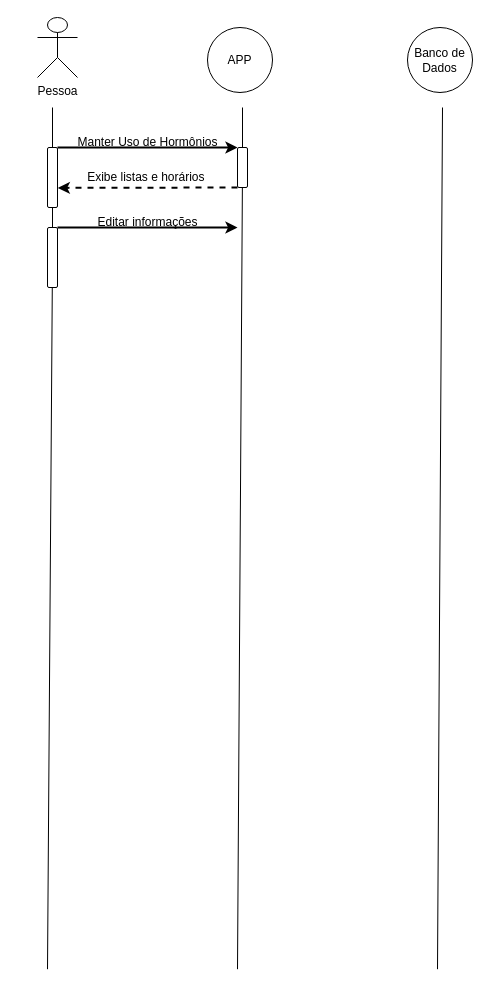
brenojsilva/diagramas-es-1 keeps this draw.io diagram as Diagrama de Sequência.drawio. Above is the earlier version. Source tidied: cells renumbered, new cells numbered last; positions are measured from the earlier drawing's top-left corner, leaving out a move shared by most shapes. Both pictures are drawn from the tidied source at 100%, with x=0, y=0 at pixel (37, 17).
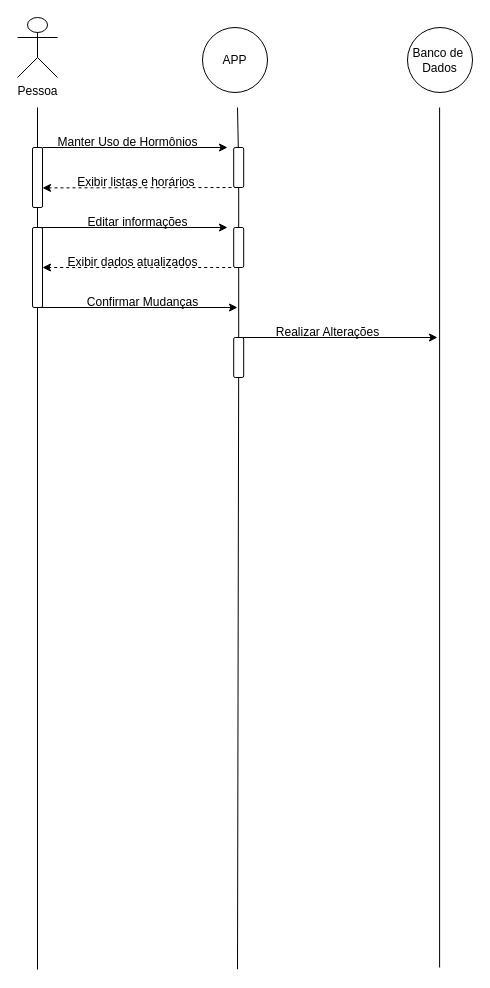
The same diagram, later.

What changed in the source:
```diff
@@
     <mxCell id="2" value="Pessoa&lt;br&gt;" style="shape=umlActor;verticalLabelPosition=bottom;verticalAlign=top;html=1;" parent="1" vertex="1">
-      <mxGeometry width="40" height="60" as="geometry" />
+      <mxGeometry x="-20" width="40" height="60" as="geometry" />
     </mxCell>
     <mxCell id="3" style="endArrow=none;html=1;rounded=0;" parent="1" edge="1" source="10">
       <mxGeometry relative="1" as="geometry">
-        <mxPoint x="15" y="90" as="targetPoint" />
+        <mxPoint y="90" as="targetPoint" />
       </mxGeometry>
     </mxCell>
     <mxCell id="4" value="APP" style="ellipse;whiteSpace=wrap;html=1;" parent="1" vertex="1">
-      <mxGeometry x="170" y="10" width="65" height="65" as="geometry" />
+      <mxGeometry x="165" y="10" width="65" height="65" as="geometry" />
     </mxCell>
     <mxCell id="5" style="endArrow=none;html=1;rounded=0;" parent="1" edge="1" source="14">
       <mxGeometry relative="1" as="geometry">
-        <mxPoint x="205" y="90" as="targetPoint" />
+        <mxPoint x="200" y="90" as="targetPoint" />
       </mxGeometry>
     </mxCell>
-    <mxCell id="6" style="endArrow=classic;html=1;rounded=0;strokeWidth=2;" parent="1" edge="1">
+    <mxCell id="6" style="endArrow=classic;html=1;rounded=0;strokeWidth=1;" parent="1" edge="1">
       <mxGeometry relative="1" as="geometry">
-        <mxPoint x="20" y="130" as="sourcePoint" />
-        <mxPoint x="200" y="130" as="targetPoint" />
+        <mxPoint x="5" y="130" as="sourcePoint" />
+        <mxPoint x="190" y="130" as="targetPoint" />
       </mxGeometry>
     </mxCell>
-    <mxCell id="7" style="edgeStyle=orthogonalEdgeStyle;rounded=0;orthogonalLoop=1;jettySize=auto;html=1;strokeColor=default;strokeWidth=2;" parent="1" edge="1">
+    <mxCell id="7" style="edgeStyle=orthogonalEdgeStyle;rounded=0;orthogonalLoop=1;jettySize=auto;html=1;strokeColor=default;strokeWidth=1;" parent="1" edge="1">
       <mxGeometry relative="1" as="geometry">
-        <mxPoint x="20" y="210" as="sourcePoint" />
-        <mxPoint x="200" y="210" as="targetPoint" />
+        <mxPoint y="210" as="sourcePoint" />
+        <mxPoint x="190" y="210" as="targetPoint" />
       </mxGeometry>
     </mxCell>
     <mxCell id="8" value="&lt;font style=&quot;font-size: 12px;&quot;&gt;Manter Uso de Hormônios&lt;/font&gt;" style="text;html=1;align=center;verticalAlign=middle;strokeColor=none;fillColor=none;strokeWidth=2;perimeterSpacing=20;rounded=0;" parent="1" vertex="1">
-      <mxGeometry x="30" y="110" width="160" height="30" as="geometry" />
+      <mxGeometry x="10" y="110" width="160" height="30" as="geometry" />
     </mxCell>
@@
     <mxCell id="10" style="rounded=1;whiteSpace=wrap;html=1;" parent="1" vertex="1">
-      <mxGeometry x="10" y="130" width="10" height="60" as="geometry" />
+      <mxGeometry x="-5" y="130" width="10" height="60" as="geometry" />
     </mxCell>
-    <mxCell id="11" value="Banco de&lt;br&gt;Dados" style="ellipse;whiteSpace=wrap;html=1;" parent="1" vertex="1">
-      <mxGeometry x="370" y="10" width="65" height="65" as="geometry" />
-    </mxCell>
-    <mxCell id="12" style="endArrow=none;html=1;rounded=0;" parent="1" edge="1">
-      <mxGeometry relative="1" as="geometry">
-        <mxPoint x="400" y="951.7" as="sourcePoint" />
-        <mxPoint x="405" y="90" as="targetPoint" />
-      </mxGeometry>
-    </mxCell>
-    <mxCell id="13" style="endArrow=none;html=1;rounded=0;" parent="1" edge="1" target="14">
-      <mxGeometry relative="1" as="geometry">
-        <mxPoint x="200" y="951.7" as="sourcePoint" />
-      </mxGeometry>
+    <mxCell id="13" style="endArrow=none;html=1;rounded=0;" parent="1" edge="1" source="27" target="14">
+      <mxGeometry relative="1" as="geometry" />
     </mxCell>
     <mxCell id="14" style="rounded=1;whiteSpace=wrap;html=1;" parent="1" vertex="1">
-      <mxGeometry x="200" y="130" width="10" height="40" as="geometry" />
+      <mxGeometry x="196.2" y="130" width="10" height="40" as="geometry" />
     </mxCell>
-    <mxCell id="15" style="endArrow=classic;html=1;rounded=0;entryX=1.033;entryY=0.856;entryDx=0;entryDy=0;entryPerimeter=0;dashed=1;strokeWidth=2;" parent="1" edge="1">
+    <mxCell id="15" style="endArrow=classic;html=1;rounded=0;entryX=1.033;entryY=0.856;entryDx=0;entryDy=0;entryPerimeter=0;dashed=1;strokeWidth=1;" parent="1" edge="1">
       <mxGeometry relative="1" as="geometry">
         <mxPoint x="200" y="170" as="sourcePoint" />
-        <mxPoint x="20.3" y="170.4" as="targetPoint" />
+        <mxPoint x="5" y="170.4" as="targetPoint" />
       </mxGeometry>
     </mxCell>
-    <mxCell id="16" value="&lt;font style=&quot;font-size: 12px;&quot;&gt;Exibe listas e horários&amp;nbsp;&lt;/font&gt;" style="text;html=1;align=center;verticalAlign=middle;strokeColor=none;fillColor=none;strokeWidth=4;" parent="1" vertex="1">
-      <mxGeometry x="40" y="145" width="140" height="30" as="geometry" />
+    <mxCell id="16" value="&lt;font style=&quot;font-size: 12px;&quot;&gt;Exibir listas e horários&amp;nbsp;&lt;/font&gt;" style="text;html=1;align=center;verticalAlign=middle;strokeColor=none;fillColor=none;strokeWidth=4;" parent="1" vertex="1">
+      <mxGeometry x="30" y="150" width="140" height="30" as="geometry" />
     </mxCell>
     <mxCell id="17" style="endArrow=none;html=1;rounded=0;" parent="1" edge="1" target="18">
       <mxGeometry relative="1" as="geometry">
-        <mxPoint x="10" y="951.7" as="sourcePoint" />
+        <mxPoint y="952" as="sourcePoint" />
       </mxGeometry>
     </mxCell>
     <mxCell id="18" style="rounded=1;whiteSpace=wrap;html=1;" parent="1" vertex="1">
-      <mxGeometry x="10" y="210" width="10" height="60" as="geometry" />
+      <mxGeometry x="-5" y="210" width="10" height="80" as="geometry" />
     </mxCell>
     <mxCell id="19" value="&lt;font style=&quot;font-size: 12px;&quot;&gt;Editar informações&lt;/font&gt;" style="text;html=1;align=center;verticalAlign=middle;strokeColor=none;fillColor=none;strokeWidth=1;" parent="1" vertex="1">
-      <mxGeometry x="50" y="190" width="120" height="30" as="geometry" />
+      <mxGeometry x="40" y="190" width="120" height="30" as="geometry" />
     </mxCell>
+    <mxCell id="20" style="edgeStyle=orthogonalEdgeStyle;rounded=0;orthogonalLoop=1;jettySize=auto;html=1;strokeColor=default;strokeWidth=1;" parent="1" edge="1">
+      <mxGeometry relative="1" as="geometry">
+        <mxPoint x="204" y="320" as="sourcePoint" />
+        <mxPoint x="400" y="320" as="targetPoint" />
+      </mxGeometry>
+    </mxCell>
+    <mxCell id="21" value="Realizar Alterações" style="text;html=1;align=center;verticalAlign=middle;strokeColor=none;fillColor=none;" parent="1" vertex="1">
+      <mxGeometry x="225" y="300" width="130" height="30" as="geometry" />
+    </mxCell>
+    <mxCell id="22" style="endArrow=classic;html=1;rounded=0;dashed=1;strokeWidth=1;entryX=1;entryY=0.5;entryDx=0;entryDy=0;" parent="1" edge="1" target="18">
+      <mxGeometry relative="1" as="geometry">
+        <mxPoint x="199.7" y="250" as="sourcePoint" />
+      </mxGeometry>
+    </mxCell>
+    <mxCell id="23" value="Exibir dados atualizados" style="text;html=1;align=center;verticalAlign=middle;strokeColor=none;fillColor=none;" parent="1" vertex="1">
+      <mxGeometry x="20" y="230" width="150" height="30" as="geometry" />
+    </mxCell>
+    <mxCell id="24" style="edgeStyle=orthogonalEdgeStyle;rounded=0;orthogonalLoop=1;jettySize=auto;html=1;strokeColor=default;strokeWidth=1;" parent="1" edge="1">
+      <mxGeometry relative="1" as="geometry">
+        <mxPoint y="290" as="sourcePoint" />
+        <mxPoint x="200" y="290" as="targetPoint" />
+      </mxGeometry>
+    </mxCell>
+    <mxCell id="25" value="Confirmar Mudanças" style="text;html=1;align=center;verticalAlign=middle;strokeColor=none;fillColor=none;" parent="1" vertex="1">
+      <mxGeometry x="40" y="270" width="130" height="30" as="geometry" />
+    </mxCell>
+    <mxCell id="26" style="endArrow=none;html=1;rounded=0;" parent="1" edge="1" source="29" target="27">
+      <mxGeometry relative="1" as="geometry" />
+    </mxCell>
+    <mxCell id="27" style="rounded=1;whiteSpace=wrap;html=1;" parent="1" vertex="1">
+      <mxGeometry x="196.2" y="210" width="10" height="40" as="geometry" />
+    </mxCell>
+    <mxCell id="28" style="endArrow=none;html=1;rounded=0;" parent="1" edge="1" target="29">
+      <mxGeometry relative="1" as="geometry">
+        <mxPoint x="200" y="951.7" as="sourcePoint" />
+      </mxGeometry>
+    </mxCell>
+    <mxCell id="29" style="rounded=1;whiteSpace=wrap;html=1;" parent="1" vertex="1">
+      <mxGeometry x="196.2" y="320" width="10" height="40" as="geometry" />
+    </mxCell>
+    <mxCell id="11" value="Banco de&amp;nbsp;&lt;br&gt;Dados" style="ellipse;whiteSpace=wrap;html=1;" parent="1" vertex="1">
+      <mxGeometry x="370" y="10" width="65" height="65" as="geometry" />
+    </mxCell>
+    <mxCell id="30" style="endArrow=none;html=1;rounded=0;" parent="1" edge="1">
+      <mxGeometry relative="1" as="geometry">
+        <mxPoint x="402.1" y="950" as="sourcePoint" />
+        <mxPoint x="402.1" y="90" as="targetPoint" />
+      </mxGeometry>
+    </mxCell>
```
